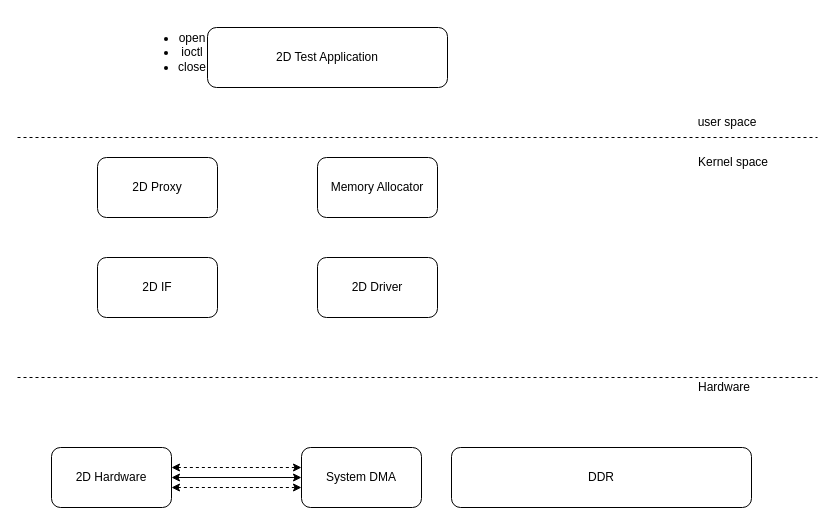
This is Untitled Diagram.drawio from tek-life/work-scripts, a draw.io file, before an edit. Source tidied: cells renumbered, new cells numbered last; positions are measured from the earlier drawing's top-left corner, leaving out a move shared by most shapes. Both pictures are drawn from the tidied source at 100%, with x=0, y=0 at pixel (17, 17).
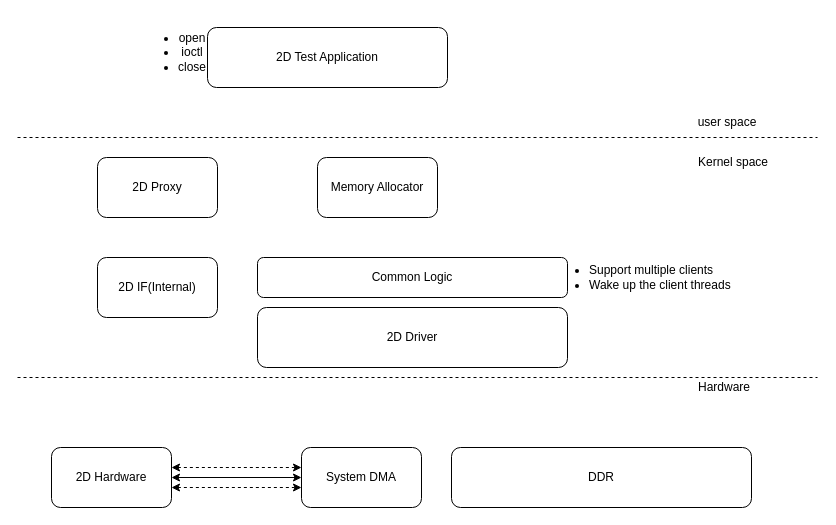
After the change.

Change to the diagram source:
```diff
@@
     <mxCell id="10" value="2D Driver" style="rounded=1;whiteSpace=wrap;html=1;" parent="1" vertex="1">
-      <mxGeometry x="300" y="240" width="120" height="60" as="geometry" />
+      <mxGeometry x="240" y="290" width="310" height="60" as="geometry" />
     </mxCell>
@@
-    <mxCell id="18" value="2D IF" style="rounded=1;whiteSpace=wrap;html=1;" parent="1" vertex="1">
+    <mxCell id="18" value="2D IF(Internal)" style="rounded=1;whiteSpace=wrap;html=1;" parent="1" vertex="1">
       <mxGeometry x="80" y="240" width="120" height="60" as="geometry" />
     </mxCell>
+    <mxCell id="19" value="Common Logic" style="rounded=1;whiteSpace=wrap;html=1;" parent="1" vertex="1">
+      <mxGeometry x="240" y="240" width="310" height="40" as="geometry" />
+    </mxCell>
+    <mxCell id="20" value="&lt;ul&gt;&lt;li&gt;Support multiple clients&lt;/li&gt;&lt;li&gt;Wake up the client threads&lt;/li&gt;&lt;/ul&gt;" style="text;html=1;strokeColor=none;fillColor=none;align=left;verticalAlign=middle;whiteSpace=wrap;rounded=0;" parent="1" vertex="1">
+      <mxGeometry x="530" y="245" width="240" height="30" as="geometry" />
+    </mxCell>
```
